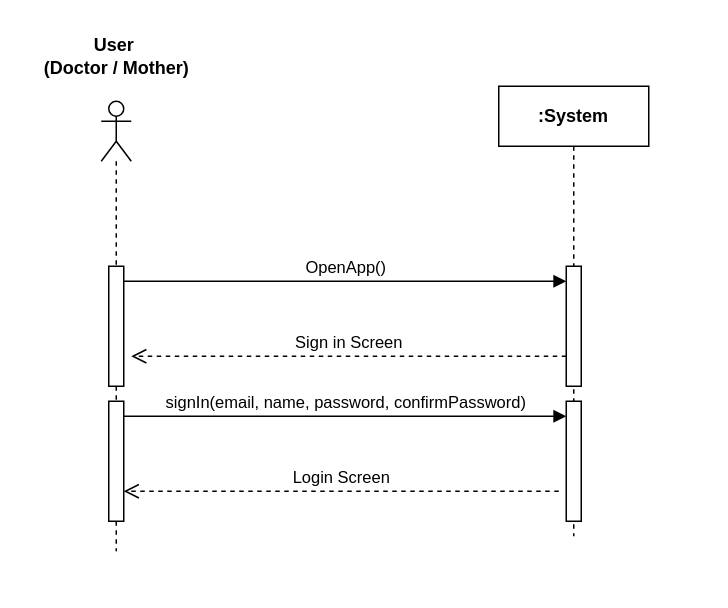
Above: page "SignUp" (2 of 15) of Documentations/Diagrams and Other Stuff/All SSD.drawio in kswork859/IoT-Mother-Fetus-Health-Monitoring (draw.io), before the change. Source tidied: cells renumbered, new cells numbered last; positions are measured from the earlier drawing's top-left corner, leaving out a move shared by most shapes. Both pictures are drawn from the tidied source at 150%, with x=0, y=0 at pixel (26, 26).
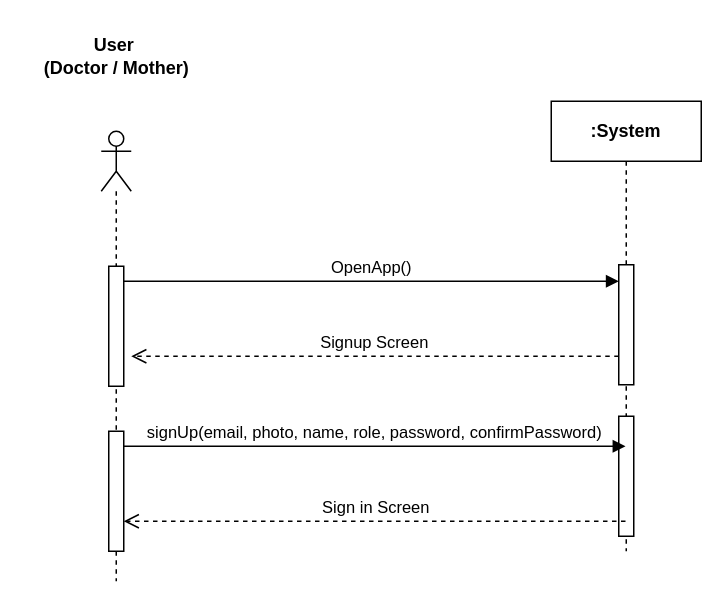
After the change.

Diff of the diagram source:
```diff
@@
 <mxGraphModel>
   <root>
     <mxCell id="0" />
     <mxCell id="1" parent="0" />
     <mxCell id="2" value="&lt;b&gt;:System&lt;/b&gt;" style="shape=umlLifeline;perimeter=lifelinePerimeter;whiteSpace=wrap;html=1;outlineConnect=0;portConstraint=eastwest;newEdgeStyle={&quot;curved&quot;:0,&quot;rounded&quot;:0};" parent="1" vertex="1">
-      <mxGeometry x="315" y="40" width="100" height="300" as="geometry" />
+      <mxGeometry x="350" y="50" width="100" height="300" as="geometry" />
     </mxCell>
     <mxCell id="3" style="html=1;perimeter=orthogonalPerimeter;targetShapes=umlLifeline;newEdgeStyle={&quot;curved&quot;:0,&quot;rounded&quot;:0};" parent="2" vertex="1">
       <mxGeometry x="45" y="210" width="10" height="80" as="geometry" />
     </mxCell>
-    <mxCell id="4" style="html=1;points=[[0,0,0,0,5],[0,1,0,0,-5],[1,0,0,0,5],[1,1,0,0,-5]];perimeter=orthogonalPerimeter;outlineConnect=0;targetShapes=umlLifeline;portConstraint=eastwest;newEdgeStyle={&quot;curved&quot;:0,&quot;rounded&quot;:0};" parent="1" vertex="1">
-      <mxGeometry x="360" y="160" width="10" height="80" as="geometry" />
+    <mxCell id="4" style="html=1;points=[[0,0,0,0,5],[0,1,0,0,-5],[1,0,0,0,5],[1,1,0,0,-5]];perimeter=orthogonalPerimeter;outlineConnect=0;targetShapes=umlLifeline;portConstraint=eastwest;newEdgeStyle={&quot;curved&quot;:0,&quot;rounded&quot;:0};" parent="2" vertex="1">
+      <mxGeometry x="45" y="109" width="10" height="80" as="geometry" />
     </mxCell>
     <mxCell id="5" style="shape=umlLifeline;perimeter=lifelinePerimeter;whiteSpace=wrap;html=1;newEdgeStyle={&quot;curved&quot;:0,&quot;rounded&quot;:0};participant=umlActor;" parent="1" vertex="1">
-      <mxGeometry x="50" y="50" width="20" height="300" as="geometry" />
+      <mxGeometry x="50" y="70" width="20" height="300" as="geometry" />
     </mxCell>
     <mxCell id="6" style="html=1;perimeter=orthogonalPerimeter;targetShapes=umlLifeline;newEdgeStyle={&quot;curved&quot;:0,&quot;rounded&quot;:0};" parent="5" vertex="1">
       <mxGeometry x="5" y="200" width="10" height="80" as="geometry" />
     </mxCell>
-    <mxCell id="7" value="OpenApp()" style="html=1;verticalAlign=bottom;endArrow=block;curved=0;rounded=0;" parent="1" edge="1" source="10">
+    <mxCell id="7" value="OpenApp()" style="html=1;verticalAlign=bottom;endArrow=block;curved=0;rounded=0;" parent="1" edge="1">
       <mxGeometry relative="1" as="geometry">
-        <mxPoint x="360" y="170" as="targetPoint" />
+        <mxPoint x="65" y="170" as="sourcePoint" />
+        <mxPoint x="395" y="170" as="targetPoint" />
       </mxGeometry>
     </mxCell>
-    <mxCell id="8" value="Sign in Screen" style="html=1;verticalAlign=bottom;endArrow=open;dashed=1;endSize=8;curved=0;rounded=0;" parent="1" edge="1" source="4">
+    <mxCell id="8" value="Signup Screen" style="html=1;verticalAlign=bottom;endArrow=open;dashed=1;endSize=8;curved=0;rounded=0;" parent="1" edge="1" source="4">
       <mxGeometry relative="1" as="geometry">
         <mxPoint x="70" y="220" as="targetPoint" />
       </mxGeometry>
     </mxCell>
     <mxCell id="9" value="&lt;b&gt;User&amp;nbsp;&lt;/b&gt;&lt;div&gt;&lt;b&gt;(Doctor / Mother)&lt;/b&gt;&lt;/div&gt;" style="text;html=1;align=center;verticalAlign=middle;strokeColor=none;fillColor=none;" parent="1" vertex="1">
       <mxGeometry width="120" height="40" as="geometry" />
     </mxCell>
     <mxCell id="10" style="html=1;points=[[0,0,0,0,5],[0,1,0,0,-5],[1,0,0,0,5],[1,1,0,0,-5]];perimeter=orthogonalPerimeter;outlineConnect=0;targetShapes=umlLifeline;portConstraint=eastwest;newEdgeStyle={&quot;curved&quot;:0,&quot;rounded&quot;:0};" parent="1" vertex="1">
       <mxGeometry x="55" y="160" width="10" height="80" as="geometry" />
     </mxCell>
-    <mxCell id="11" value="signIn(email, name, password, confirmPassword)" style="html=1;verticalAlign=bottom;endArrow=block;curved=0;rounded=0;" parent="1" edge="1">
+    <mxCell id="11" value="signUp(email, photo, name, role, password, confirmPassword)" style="html=1;verticalAlign=bottom;endArrow=block;curved=0;rounded=0;" parent="1" edge="1" target="2">
       <mxGeometry relative="1" as="geometry">
-        <mxPoint x="65" y="260" as="sourcePoint" />
-        <mxPoint x="360" y="260" as="targetPoint" />
+        <mxPoint x="65" y="280" as="sourcePoint" />
       </mxGeometry>
     </mxCell>
-    <mxCell id="12" value="Login Screen" style="html=1;verticalAlign=bottom;endArrow=open;dashed=1;endSize=8;curved=0;rounded=0;" parent="1" edge="1">
+    <mxCell id="12" value="Sign in Screen" style="html=1;verticalAlign=bottom;endArrow=open;dashed=1;endSize=8;curved=0;rounded=0;" parent="1" edge="1">
       <mxGeometry relative="1" as="geometry">
-        <mxPoint x="355" y="310" as="sourcePoint" />
-        <mxPoint x="65" y="310" as="targetPoint" />
+        <mxPoint x="399.5" y="330" as="sourcePoint" />
+        <mxPoint x="65" y="330" as="targetPoint" />
       </mxGeometry>
     </mxCell>
   </root>
 </mxGraphModel>
```
